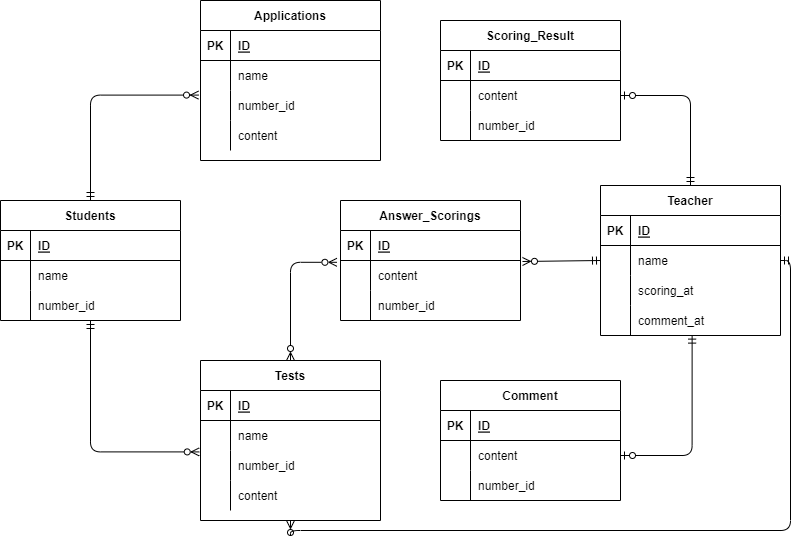
masshii/datebasesekkei-enshuumondai keeps this draw.io diagram as index.drawio.png. Above is the earlier version. Source tidied: cells renumbered, new cells last; positions are measured from the earlier drawing's top-left corner, leaving out a move shared by most shapes.
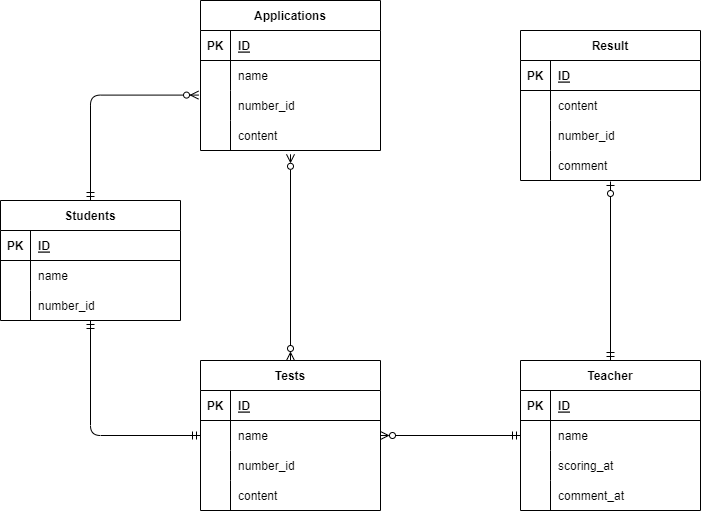
After the commit.

What changed in the source:
```diff
@@ -3,7 +3,7 @@
     <mxCell id="0" />
     <mxCell id="1" parent="0" />
     <mxCell id="2" value="Applications" style="shape=table;startSize=30;rowLines=0;fontStyle=1;align=center;" parent="1" vertex="1">
-      <mxGeometry x="200" width="180" height="160" as="geometry" />
+      <mxGeometry x="200" width="180" height="150" as="geometry" />
     </mxCell>
     <mxCell id="3" style="shape=partialRectangle;fillColor=none;top=0;left=0;bottom=1;right=0;" parent="2" vertex="1">
       <mxGeometry y="30" width="180" height="30" as="geometry" />
@@ -41,8 +41,8 @@
     <mxCell id="14" value="content" style="shape=partialRectangle;fillColor=none;top=0;left=0;bottom=0;right=0;align=left;spacingLeft=6;overflow=hidden;" parent="12" vertex="1">
       <mxGeometry x="30" width="150" height="30" as="geometry" />
     </mxCell>
-    <mxCell id="15" value="Scoring_Result" style="shape=table;startSize=30;rowLines=0;fontStyle=1;align=center;" parent="1" vertex="1">
-      <mxGeometry x="440" y="20" width="180" height="120" as="geometry" />
+    <mxCell id="15" value="Result" style="shape=table;startSize=30;rowLines=0;fontStyle=1;align=center;" parent="1" vertex="1">
+      <mxGeometry x="520" y="30" width="180" height="150" as="geometry" />
     </mxCell>
     <mxCell id="16" style="shape=partialRectangle;fillColor=none;top=0;left=0;bottom=1;right=0;" parent="15" vertex="1">
       <mxGeometry y="30" width="180" height="30" as="geometry" />
@@ -71,12 +71,18 @@
     <mxCell id="24" value="number_id" style="shape=partialRectangle;fillColor=none;top=0;left=0;bottom=0;right=0;align=left;spacingLeft=6;overflow=hidden;" parent="22" vertex="1">
       <mxGeometry x="30" width="150" height="30" as="geometry" />
     </mxCell>
+    <mxCell id="88" style="shape=partialRectangle;fillColor=none;top=0;left=0;bottom=0;right=0;points=[[0,0.5],[1,0.5]];portConstraint=eastwest;" parent="15" vertex="1">
+      <mxGeometry y="120" width="180" height="30" as="geometry" />
+    </mxCell>
+    <mxCell id="89" style="shape=partialRectangle;fillColor=none;top=0;left=0;bottom=0;right=0;overflow=hidden;" parent="88" vertex="1">
+      <mxGeometry width="30" height="30" as="geometry" />
+    </mxCell>
+    <mxCell id="90" value="comment" style="shape=partialRectangle;fillColor=none;top=0;left=0;bottom=0;right=0;align=left;spacingLeft=6;overflow=hidden;" parent="88" vertex="1">
+      <mxGeometry x="30" width="150" height="30" as="geometry" />
+    </mxCell>
     <mxCell id="25" style="edgeStyle=orthogonalEdgeStyle;html=1;exitX=0.5;exitY=0;exitDx=0;exitDy=0;entryX=-0.011;entryY=0.153;entryDx=0;entryDy=0;entryPerimeter=0;startArrow=ERmandOne;startFill=0;endArrow=ERzeroToMany;endFill=0;" parent="1" edge="1" source="27" target="9">
       <mxGeometry relative="1" as="geometry" />
     </mxCell>
-    <mxCell id="26" style="edgeStyle=orthogonalEdgeStyle;html=1;exitX=0.5;exitY=1;exitDx=0;exitDy=0;entryX=-0.007;entryY=0.047;entryDx=0;entryDy=0;entryPerimeter=0;startArrow=ERmandOne;startFill=0;endArrow=ERzeroToMany;endFill=0;" parent="1" edge="1" source="27" target="46">
-      <mxGeometry relative="1" as="geometry" />
-    </mxCell>
     <mxCell id="27" value="Students" style="shape=table;startSize=30;rowLines=0;fontStyle=1;align=center;" parent="1" vertex="1">
       <mxGeometry y="200" width="180" height="120" as="geometry" />
     </mxCell>
@@ -107,14 +113,11 @@
     <mxCell id="36" value="number_id" style="shape=partialRectangle;fillColor=none;top=0;left=0;bottom=0;right=0;align=left;spacingLeft=6;overflow=hidden;" parent="34" vertex="1">
       <mxGeometry x="30" width="150" height="30" as="geometry" />
     </mxCell>
-    <mxCell id="37" style="edgeStyle=orthogonalEdgeStyle;html=1;exitX=0.5;exitY=0;exitDx=0;exitDy=0;entryX=-0.02;entryY=0.06;entryDx=0;entryDy=0;entryPerimeter=0;startArrow=ERzeroToMany;startFill=0;endArrow=ERzeroToMany;endFill=0;" parent="1" edge="1" source="39" target="80">
-      <mxGeometry relative="1" as="geometry" />
-    </mxCell>
-    <mxCell id="38" style="edgeStyle=orthogonalEdgeStyle;html=1;exitX=0.5;exitY=1;exitDx=0;exitDy=0;entryX=1;entryY=0.5;entryDx=0;entryDy=0;startArrow=ERzeroToMany;startFill=0;endArrow=ERmandOne;endFill=0;" parent="1" edge="1" source="39" target="63">
-      <mxGeometry relative="1" as="geometry" />
-    </mxCell>
+    <mxCell id="91" style="edgeStyle=none;html=1;exitX=0.5;exitY=0;exitDx=0;exitDy=0;entryX=0.5;entryY=1.127;entryDx=0;entryDy=0;entryPerimeter=0;startArrow=ERzeroToMany;startFill=0;endArrow=ERzeroToMany;endFill=0;" parent="1" edge="1" source="39" target="12">
+      <mxGeometry relative="1" as="geometry" />
+    </mxCell>
     <mxCell id="39" value="Tests" style="shape=table;startSize=30;rowLines=0;fontStyle=1;align=center;" parent="1" vertex="1">
-      <mxGeometry x="200" y="360" width="180" height="160" as="geometry" />
+      <mxGeometry x="200" y="360" width="180" height="150" as="geometry" />
     </mxCell>
     <mxCell id="40" style="shape=partialRectangle;fillColor=none;top=0;left=0;bottom=1;right=0;" parent="39" vertex="1">
       <mxGeometry y="30" width="180" height="30" as="geometry" />
@@ -152,41 +155,11 @@
     <mxCell id="51" value="content" style="shape=partialRectangle;fillColor=none;top=0;left=0;bottom=0;right=0;align=left;spacingLeft=6;overflow=hidden;" parent="49" vertex="1">
       <mxGeometry x="30" width="150" height="30" as="geometry" />
     </mxCell>
-    <mxCell id="52" value="Comment" style="shape=table;startSize=30;rowLines=0;fontStyle=1;align=center;" parent="1" vertex="1">
-      <mxGeometry x="440" y="380" width="180" height="120" as="geometry" />
-    </mxCell>
-    <mxCell id="53" style="shape=partialRectangle;fillColor=none;top=0;left=0;bottom=1;right=0;" parent="52" vertex="1">
-      <mxGeometry y="30" width="180" height="30" as="geometry" />
-    </mxCell>
-    <mxCell id="54" value="PK" style="shape=partialRectangle;fillColor=none;top=0;left=0;bottom=0;right=0;fontStyle=1;overflow=hidden;" parent="53" vertex="1">
-      <mxGeometry width="30" height="30" as="geometry" />
-    </mxCell>
-    <mxCell id="55" value="ID" style="shape=partialRectangle;fillColor=none;top=0;left=0;bottom=0;right=0;align=left;spacingLeft=6;fontStyle=5;overflow=hidden;" parent="53" vertex="1">
-      <mxGeometry x="30" width="150" height="30" as="geometry" />
-    </mxCell>
-    <mxCell id="56" style="shape=partialRectangle;fillColor=none;top=0;left=0;bottom=0;right=0;points=[[0,0.5],[1,0.5]];portConstraint=eastwest;" parent="52" vertex="1">
-      <mxGeometry y="60" width="180" height="30" as="geometry" />
-    </mxCell>
-    <mxCell id="57" style="shape=partialRectangle;fillColor=none;top=0;left=0;bottom=0;right=0;overflow=hidden;" parent="56" vertex="1">
-      <mxGeometry width="30" height="30" as="geometry" />
-    </mxCell>
-    <mxCell id="58" value="content" style="shape=partialRectangle;fillColor=none;top=0;left=0;bottom=0;right=0;align=left;spacingLeft=6;overflow=hidden;" parent="56" vertex="1">
-      <mxGeometry x="30" width="150" height="30" as="geometry" />
-    </mxCell>
-    <mxCell id="59" style="shape=partialRectangle;fillColor=none;top=0;left=0;bottom=0;right=0;" parent="52" vertex="1">
-      <mxGeometry y="90" width="180" height="30" as="geometry" />
-    </mxCell>
-    <mxCell id="60" style="shape=partialRectangle;fillColor=none;top=0;left=0;bottom=0;right=0;overflow=hidden;" parent="59" vertex="1">
-      <mxGeometry width="30" height="30" as="geometry" />
-    </mxCell>
-    <mxCell id="61" value="number_id" style="shape=partialRectangle;fillColor=none;top=0;left=0;bottom=0;right=0;align=left;spacingLeft=6;overflow=hidden;" parent="59" vertex="1">
-      <mxGeometry x="30" width="150" height="30" as="geometry" />
-    </mxCell>
-    <mxCell id="62" style="edgeStyle=orthogonalEdgeStyle;html=1;exitX=0.5;exitY=0;exitDx=0;exitDy=0;startArrow=ERmandOne;startFill=0;endArrow=ERzeroToOne;endFill=0;" parent="1" edge="1" source="63" target="19">
-      <mxGeometry relative="1" as="geometry" />
-    </mxCell>
+    <mxCell id="92" style="edgeStyle=none;html=1;exitX=0.5;exitY=0;exitDx=0;exitDy=0;entryX=0.5;entryY=1.033;entryDx=0;entryDy=0;entryPerimeter=0;startArrow=ERmandOne;startFill=0;endArrow=ERzeroToOne;endFill=0;" parent="1" edge="1" source="63" target="88">
+      <mxGeometry relative="1" as="geometry" />
+    </mxCell>
     <mxCell id="63" value="Teacher" style="shape=table;startSize=30;rowLines=0;fontStyle=1;align=center;" parent="1" vertex="1">
-      <mxGeometry x="600" y="185" width="180" height="150" as="geometry" />
+      <mxGeometry x="520" y="360" width="180" height="150" as="geometry" />
     </mxCell>
     <mxCell id="64" style="shape=partialRectangle;fillColor=none;top=0;left=0;bottom=1;right=0;" parent="63" vertex="1">
       <mxGeometry y="30" width="180" height="30" as="geometry" />
@@ -224,41 +197,11 @@
     <mxCell id="75" value="comment_at" style="shape=partialRectangle;fillColor=none;top=0;left=0;bottom=0;right=0;align=left;spacingLeft=6;overflow=hidden;" parent="73" vertex="1">
       <mxGeometry x="30" width="150" height="30" as="geometry" />
     </mxCell>
-    <mxCell id="76" value="Answer_Scorings" style="shape=table;startSize=30;rowLines=0;fontStyle=1;align=center;" parent="1" vertex="1">
-      <mxGeometry x="340" y="200" width="180" height="120" as="geometry" />
-    </mxCell>
-    <mxCell id="77" style="shape=partialRectangle;fillColor=none;top=0;left=0;bottom=1;right=0;" parent="76" vertex="1">
-      <mxGeometry y="30" width="180" height="30" as="geometry" />
-    </mxCell>
-    <mxCell id="78" value="PK" style="shape=partialRectangle;fillColor=none;top=0;left=0;bottom=0;right=0;fontStyle=1;overflow=hidden;" parent="77" vertex="1">
-      <mxGeometry width="30" height="30" as="geometry" />
-    </mxCell>
-    <mxCell id="79" value="ID" style="shape=partialRectangle;fillColor=none;top=0;left=0;bottom=0;right=0;align=left;spacingLeft=6;fontStyle=5;overflow=hidden;" parent="77" vertex="1">
-      <mxGeometry x="30" width="150" height="30" as="geometry" />
-    </mxCell>
-    <mxCell id="80" style="shape=partialRectangle;fillColor=none;top=0;left=0;bottom=0;right=0;points=[[0,0.5],[1,0.5]];portConstraint=eastwest;" parent="76" vertex="1">
-      <mxGeometry y="60" width="180" height="30" as="geometry" />
-    </mxCell>
-    <mxCell id="81" style="shape=partialRectangle;fillColor=none;top=0;left=0;bottom=0;right=0;overflow=hidden;" parent="80" vertex="1">
-      <mxGeometry width="30" height="30" as="geometry" />
-    </mxCell>
-    <mxCell id="82" value="content" style="shape=partialRectangle;fillColor=none;top=0;left=0;bottom=0;right=0;align=left;spacingLeft=6;overflow=hidden;" parent="80" vertex="1">
-      <mxGeometry x="30" width="150" height="30" as="geometry" />
-    </mxCell>
-    <mxCell id="83" style="shape=partialRectangle;fillColor=none;top=0;left=0;bottom=0;right=0;" parent="76" vertex="1">
-      <mxGeometry y="90" width="180" height="30" as="geometry" />
-    </mxCell>
-    <mxCell id="84" style="shape=partialRectangle;fillColor=none;top=0;left=0;bottom=0;right=0;overflow=hidden;" parent="83" vertex="1">
-      <mxGeometry width="30" height="30" as="geometry" />
-    </mxCell>
-    <mxCell id="85" value="number_id" style="shape=partialRectangle;fillColor=none;top=0;left=0;bottom=0;right=0;align=left;spacingLeft=6;overflow=hidden;" parent="83" vertex="1">
-      <mxGeometry x="30" width="150" height="30" as="geometry" />
-    </mxCell>
-    <mxCell id="86" style="edgeStyle=orthogonalEdgeStyle;html=1;exitX=1;exitY=0.5;exitDx=0;exitDy=0;entryX=0.509;entryY=0.987;entryDx=0;entryDy=0;entryPerimeter=0;startArrow=ERzeroToOne;startFill=0;endArrow=ERmandOne;endFill=0;" parent="1" edge="1" source="56" target="73">
-      <mxGeometry relative="1" as="geometry" />
-    </mxCell>
-    <mxCell id="87" style="edgeStyle=none;html=1;exitX=0;exitY=0.5;exitDx=0;exitDy=0;entryX=1.011;entryY=0.033;entryDx=0;entryDy=0;entryPerimeter=0;startArrow=ERmandOne;startFill=0;endArrow=ERzeroToMany;endFill=0;" parent="1" edge="1" source="67" target="80">
-      <mxGeometry relative="1" as="geometry" />
-    </mxCell>
+    <mxCell id="93" style="edgeStyle=none;html=1;exitX=1;exitY=0.5;exitDx=0;exitDy=0;entryX=0;entryY=0.5;entryDx=0;entryDy=0;startArrow=ERzeroToMany;startFill=0;endArrow=ERmandOne;endFill=0;" parent="1" edge="1" source="43" target="63">
+      <mxGeometry relative="1" as="geometry" />
+    </mxCell>
+    <mxCell id="94" style="edgeStyle=orthogonalEdgeStyle;html=1;exitX=0;exitY=0.5;exitDx=0;exitDy=0;startArrow=ERmandOne;startFill=0;endArrow=ERmandOne;endFill=0;entryX=0.5;entryY=1;entryDx=0;entryDy=0;entryPerimeter=0;" parent="1" edge="1" source="43" target="34">
+      <mxGeometry relative="1" as="geometry" />
+    </mxCell>
   </root>
 </mxGraphModel>
```
